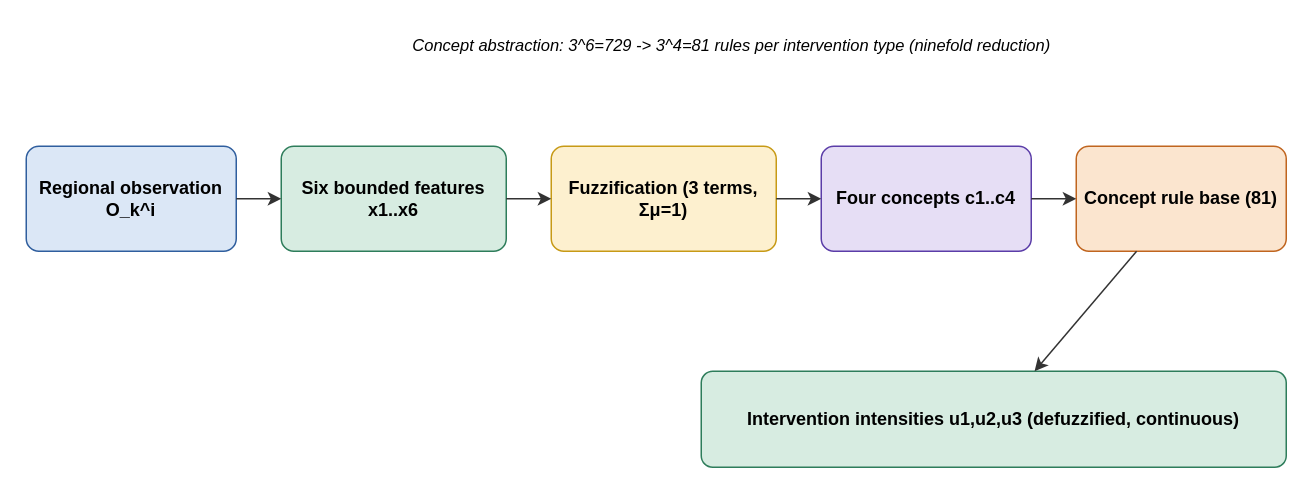
Above: page "Fig6_ConceptPipeline" (6 of 8) of 02_Article/article_figures.drawio in northwind13/Enhanced_DSS (draw.io), before the change. Source tidied: cells renumbered, new cells numbered last; positions are measured from the earlier drawing's top-left corner, leaving out a move shared by most shapes. Both pictures are drawn from the tidied source at 150%, with x=0, y=0 at pixel (26, 26).
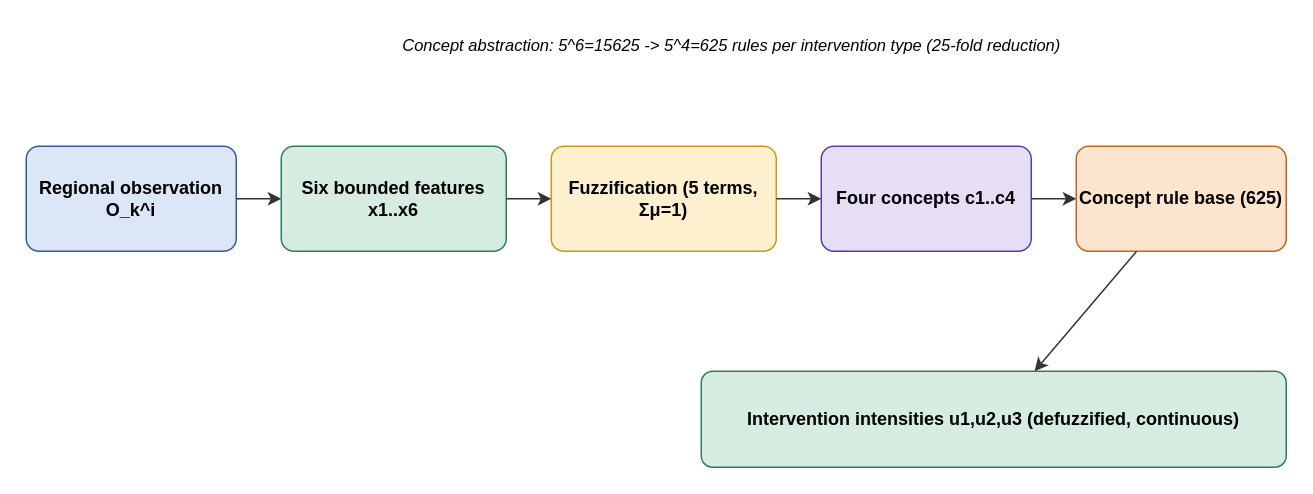
The same page after the edit.

Change to the diagram source:
```diff
@@
 <mxGraphModel>
   <root>
     <mxCell id="0" />
     <mxCell id="1" parent="0" />
     <mxCell id="2" value="Regional observation O_k^i" style="rounded=1;whiteSpace=wrap;html=1;fillColor=#dbe7f6;strokeColor=#2f5e9e;fontSize=12;fontStyle=1;arcSize=12;" parent="1" vertex="1">
       <mxGeometry y="80" width="140" height="70" as="geometry" />
     </mxCell>
     <mxCell id="3" value="Six bounded features x1..x6" style="rounded=1;whiteSpace=wrap;html=1;fillColor=#d7ece1;strokeColor=#2e7d5b;fontSize=12;fontStyle=1;arcSize=12;" parent="1" vertex="1">
       <mxGeometry x="170" y="80" width="150" height="70" as="geometry" />
     </mxCell>
-    <mxCell id="4" value="Fuzzification (3 terms, Σμ=1)" style="rounded=1;whiteSpace=wrap;html=1;fillColor=#fdf0cf;strokeColor=#c79a16;fontSize=12;fontStyle=1;arcSize=12;" parent="1" vertex="1">
+    <mxCell id="4" value="Fuzzification (5 terms, Σμ=1)" style="rounded=1;whiteSpace=wrap;html=1;fillColor=#fdf0cf;strokeColor=#c79a16;fontSize=12;fontStyle=1;arcSize=12;" parent="1" vertex="1">
       <mxGeometry x="350" y="80" width="150" height="70" as="geometry" />
     </mxCell>
     <mxCell id="5" value="Four concepts c1..c4" style="rounded=1;whiteSpace=wrap;html=1;fillColor=#e6def5;strokeColor=#5b3da8;fontSize=12;fontStyle=1;arcSize=12;" parent="1" vertex="1">
       <mxGeometry x="530" y="80" width="140" height="70" as="geometry" />
     </mxCell>
-    <mxCell id="6" value="Concept rule base (81)" style="rounded=1;whiteSpace=wrap;html=1;fillColor=#fbe5cf;strokeColor=#c0651f;fontSize=12;fontStyle=1;arcSize=12;" parent="1" vertex="1">
+    <mxCell id="6" value="Concept rule base (625)" style="rounded=1;whiteSpace=wrap;html=1;fillColor=#fbe5cf;strokeColor=#c0651f;fontSize=12;fontStyle=1;arcSize=12;" parent="1" vertex="1">
       <mxGeometry x="700" y="80" width="140" height="70" as="geometry" />
     </mxCell>
     <mxCell id="7" value="Intervention intensities u1,u2,u3 (defuzzified, continuous)" style="rounded=1;whiteSpace=wrap;html=1;fillColor=#d7ece1;strokeColor=#2e7d5b;fontSize=12;fontStyle=1;arcSize=12;" parent="1" vertex="1">
       <mxGeometry x="450" y="230" width="390" height="64" as="geometry" />
     </mxCell>
     <mxCell id="8" style="endArrow=classic;html=1;strokeColor=#333333;" parent="1" edge="1" source="2" target="3">
       <mxGeometry relative="1" as="geometry" />
     </mxCell>
     <mxCell id="9" style="endArrow=classic;html=1;strokeColor=#333333;" parent="1" edge="1" source="3" target="4">
       <mxGeometry relative="1" as="geometry" />
     </mxCell>
     <mxCell id="10" style="endArrow=classic;html=1;strokeColor=#333333;" parent="1" edge="1" source="4" target="5">
       <mxGeometry relative="1" as="geometry" />
     </mxCell>
     <mxCell id="11" style="endArrow=classic;html=1;strokeColor=#333333;" parent="1" edge="1" source="5" target="6">
       <mxGeometry relative="1" as="geometry" />
     </mxCell>
     <mxCell id="12" style="endArrow=classic;html=1;strokeColor=#333333;" parent="1" edge="1" source="6" target="7">
       <mxGeometry relative="1" as="geometry" />
     </mxCell>
-    <mxCell id="13" value="Concept abstraction: 3^6=729 -&gt; 3^4=81 rules per intervention type (ninefold reduction)" style="text;html=1;align=center;fontStyle=2;fontSize=11;" parent="1" vertex="1">
+    <mxCell id="13" value="Concept abstraction: 5^6=15625 -&gt; 5^4=625 rules per intervention type (25-fold reduction)" style="text;html=1;align=center;fontStyle=2;fontSize=11;" parent="1" vertex="1">
       <mxGeometry x="210" width="520" height="24" as="geometry" />
     </mxCell>
   </root>
 </mxGraphModel>
```
